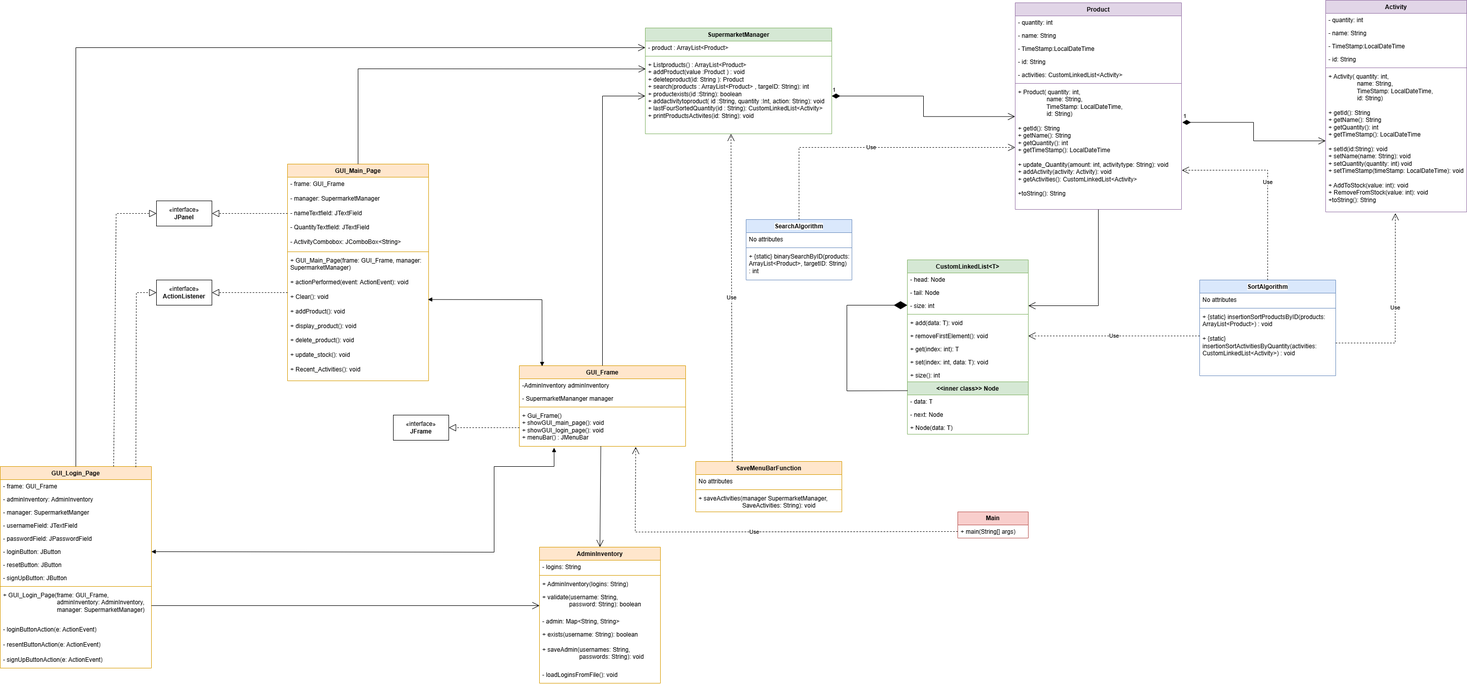
Before: SupermarketMangementSystemUMLdiagram.drawio.png, a diagram exported from draw.io (helgabear26/CS5003-Coursework1-Supermarket-Project). Source tidied: cells renumbered, new cells last; positions are measured from the earlier drawing's top-left corner, leaving out a move shared by most shapes.
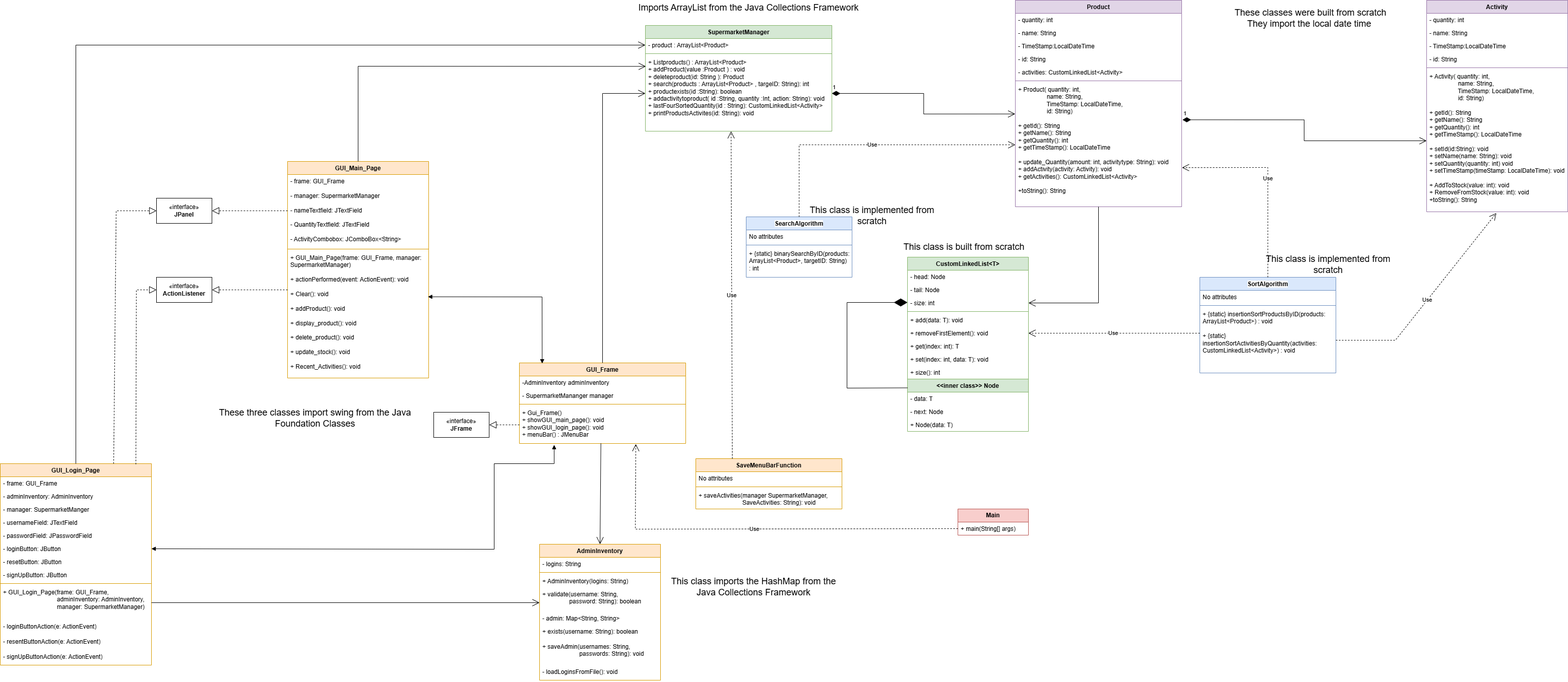
The same file after the commit.

The edit, as a diff of the source:
```diff
@@ -27,7 +27,7 @@
       <mxGeometry y="60" width="270" height="130" as="geometry" />
     </mxCell>
     <mxCell id="10" value="Activity" style="swimlane;fontStyle=1;align=center;verticalAlign=top;horizontal=1;startSize=26;whiteSpace=wrap;html=1;fillColor=#e1d5e7;strokeColor=#9673a6;" parent="1" vertex="1">
-      <mxGeometry x="2630" width="280" height="420" as="geometry" />
+      <mxGeometry x="2830" y="5" width="280" height="420" as="geometry" />
     </mxCell>
     <mxCell id="11" value="- quantity: int" style="text;strokeColor=none;fillColor=none;align=left;verticalAlign=top;spacingLeft=4;spacingRight=4;overflow=hidden;whiteSpace=wrap;html=1;" parent="10" vertex="1">
       <mxGeometry y="26" width="280" height="26" as="geometry" />
@@ -342,7 +342,7 @@
       </mxGeometry>
     </mxCell>
     <mxCell id="97" value="«interface»&lt;br&gt;&lt;b&gt;JFrame&lt;/b&gt;" style="html=1;whiteSpace=wrap;" parent="1" vertex="1">
-      <mxGeometry x="780" y="823" width="110" height="50" as="geometry" />
+      <mxGeometry x="860" y="823" width="110" height="50" as="geometry" />
     </mxCell>
     <mxCell id="98" value="«interface»&lt;br&gt;&lt;b&gt;ActionListener&lt;/b&gt;" style="html=1;whiteSpace=wrap;" parent="1" vertex="1">
       <mxGeometry x="310" y="555" width="110" height="50" as="geometry" />
@@ -382,5 +382,26 @@
         </Array>
       </mxGeometry>
     </mxCell>
+    <mxCell id="106" value="&lt;font style=&quot;font-size: 18px;&quot;&gt;This class is built from scratch&amp;nbsp;&lt;/font&gt;" style="text;html=1;whiteSpace=wrap;strokeColor=none;fillColor=none;align=center;verticalAlign=middle;rounded=0;" parent="1" vertex="1">
+      <mxGeometry x="1790" y="465" width="250" height="60" as="geometry" />
+    </mxCell>
+    <mxCell id="107" value="&lt;font style=&quot;font-size: 18px;&quot;&gt;This class is implemented from scratch&lt;/font&gt;" style="text;html=1;whiteSpace=wrap;strokeColor=none;fillColor=none;align=center;verticalAlign=middle;rounded=0;" parent="1" vertex="1">
+      <mxGeometry x="1590" y="418" width="280" height="30" as="geometry" />
+    </mxCell>
+    <mxCell id="108" value="&lt;font style=&quot;font-size: 18px;&quot;&gt;This class is implemented from scratch&lt;/font&gt;" style="text;html=1;whiteSpace=wrap;strokeColor=none;fillColor=none;align=center;verticalAlign=middle;rounded=0;" parent="1" vertex="1">
+      <mxGeometry x="2500" y="515" width="270" height="30" as="geometry" />
+    </mxCell>
+    <mxCell id="109" value="&lt;font style=&quot;font-size: 18px;&quot;&gt;These classes were built from scratch&lt;/font&gt;&lt;div&gt;&lt;font style=&quot;font-size: 18px;&quot;&gt;They import the local date time&amp;nbsp;&lt;/font&gt;&lt;/div&gt;" style="text;html=1;whiteSpace=wrap;strokeColor=none;fillColor=none;align=center;verticalAlign=middle;rounded=0;" parent="1" vertex="1">
+      <mxGeometry x="2360" y="16" width="480" height="49" as="geometry" />
+    </mxCell>
+    <mxCell id="110" value="&lt;font style=&quot;font-size: 18px;&quot;&gt;Imports ArrayList from the Java Collections Framework&lt;/font&gt;" style="text;html=1;whiteSpace=wrap;strokeColor=none;fillColor=none;align=center;verticalAlign=middle;rounded=0;" parent="1" vertex="1">
+      <mxGeometry x="1260" y="5" width="450" height="30" as="geometry" />
+    </mxCell>
+    <mxCell id="111" value="&lt;font style=&quot;font-size: 18px;&quot;&gt;These three classes import swing from the Java Foundation Classes&lt;/font&gt;" style="text;html=1;whiteSpace=wrap;strokeColor=none;fillColor=none;align=center;verticalAlign=middle;rounded=0;" parent="1" vertex="1">
+      <mxGeometry x="410" y="795" width="430" height="80" as="geometry" />
+    </mxCell>
+    <mxCell id="112" value="&lt;font style=&quot;font-size: 18px;&quot;&gt;This class imports the HashMap from the Java Collections Framework&lt;/font&gt;" style="text;html=1;whiteSpace=wrap;strokeColor=none;fillColor=none;align=center;verticalAlign=middle;rounded=0;" parent="1" vertex="1">
+      <mxGeometry x="1330" y="1155" width="330" height="30" as="geometry" />
+    </mxCell>
   </root>
 </mxGraphModel>
```
